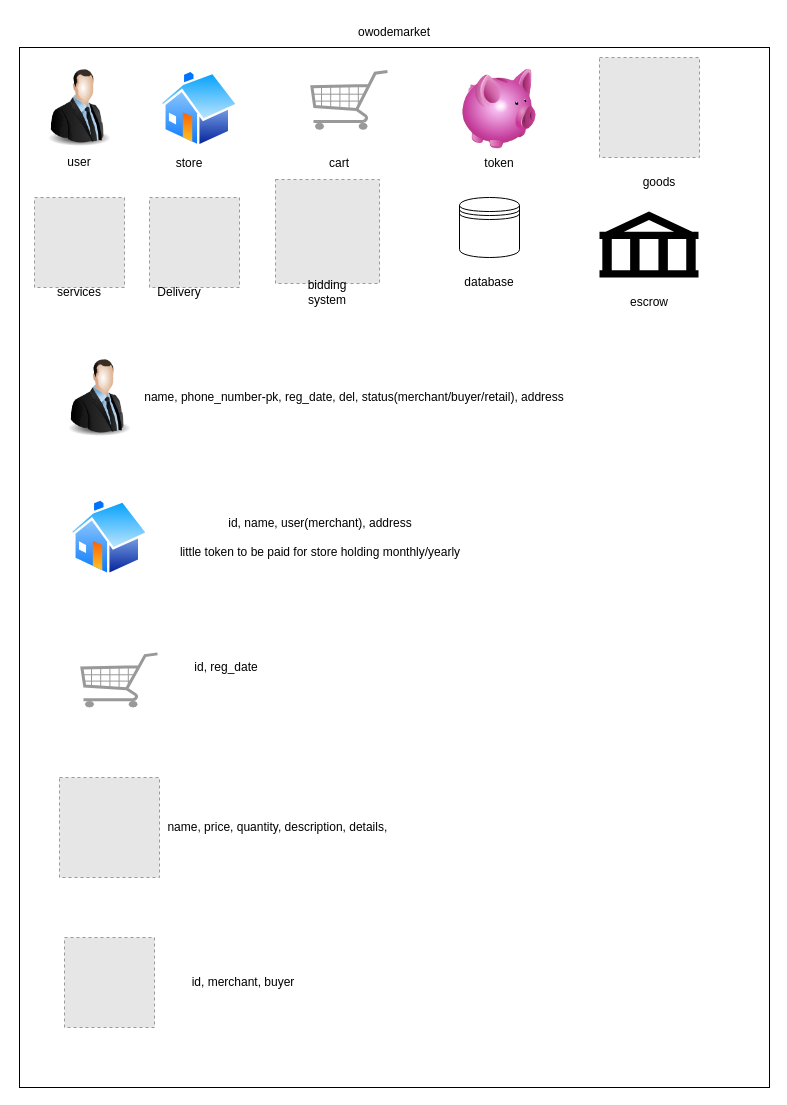
Before: owodemarket_diagram.drawio in odu-11111111/owodemarket, a draw.io diagram. Source tidied: cells renumbered, new cells numbered last; positions are measured from the earlier drawing's top-left corner, leaving out a move shared by most shapes. Both pictures are drawn from the tidied source at 100%, with x=0, y=0 at pixel (17, 17). Pictures stored in the file or linked from it are replaced by grey dashed boxes.
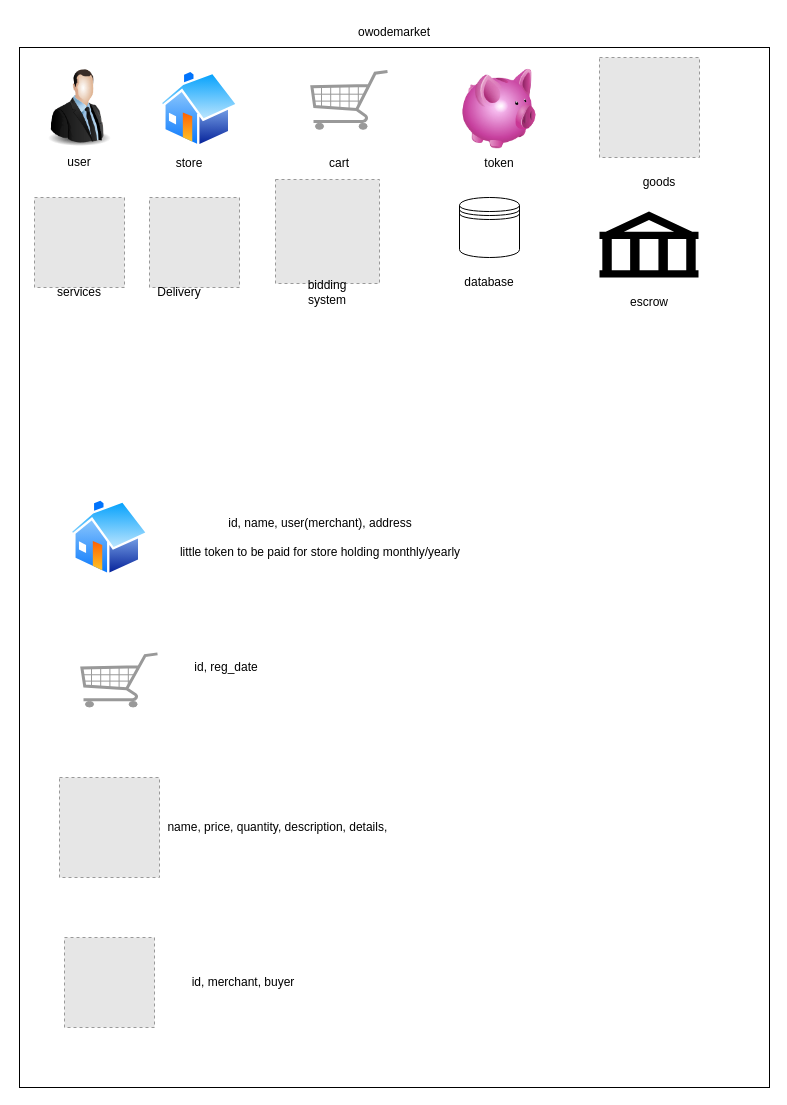
Above is the later version.

Change to the diagram source:
```diff
@@
-    <mxCell id="18" style="image;html=1;image=img/lib/clip_art/people/Suit_Man_128x128.png;" parent="1" vertex="1">
-      <mxGeometry x="42" y="340" width="80" height="80" as="geometry" />
-    </mxCell>
-    <mxCell id="19" value="name, phone_number-pk, reg_date, del, status(merchant/buyer/retail), address" style="text;html=1;strokeColor=none;fillColor=none;align=center;verticalAlign=middle;whiteSpace=wrap;rounded=0;" parent="1" vertex="1">
-      <mxGeometry x="47" y="365" width="580" height="30" as="geometry" />
-    </mxCell>
```
